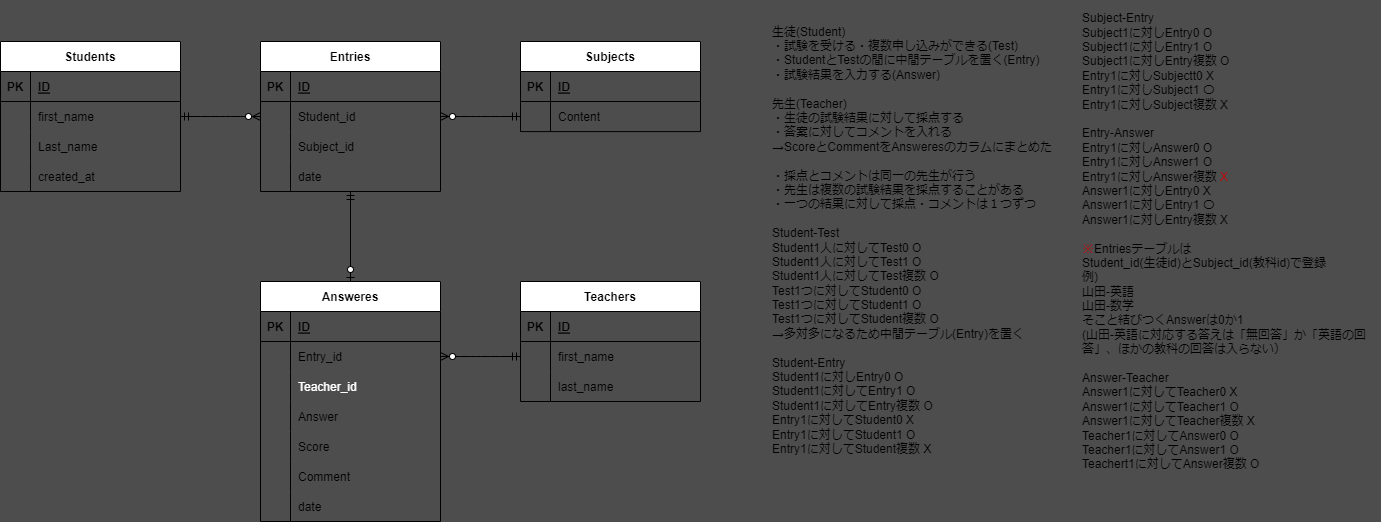
Above: test.drawio.png in Hozumin08/20230318_Takaboshi (draw.io), before the change. Source tidied: cells renumbered, new cells last; positions are measured from the earlier drawing's top-left corner, leaving out a move shared by most shapes.
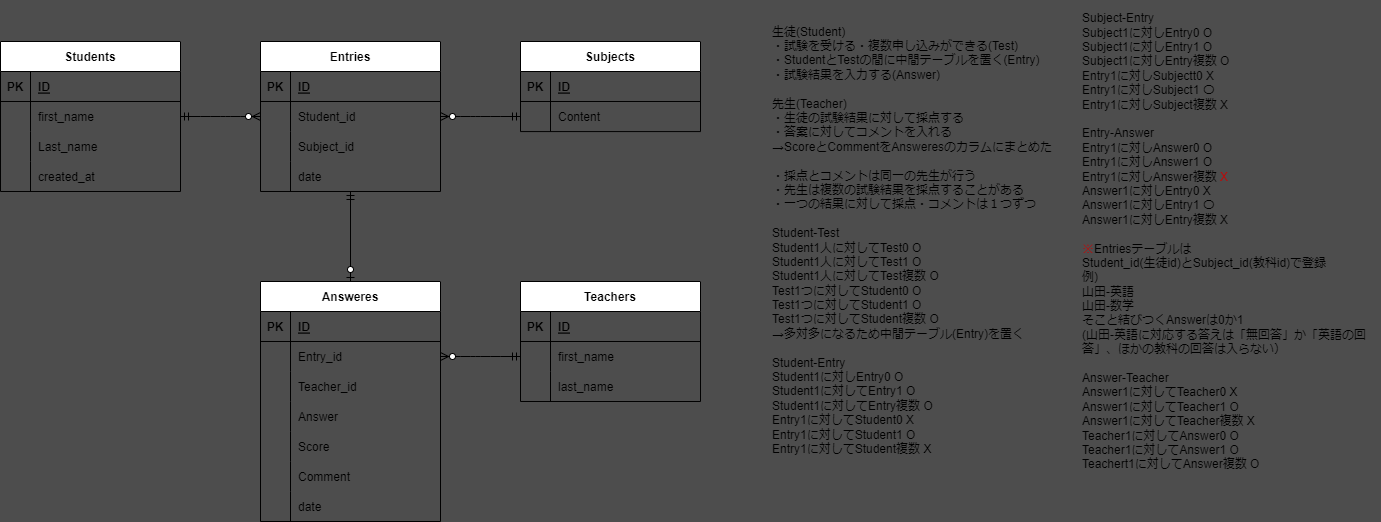
The same file after the commit.

Commit message:
Teacher_id追加

Diff of the diagram source:
```diff
@@ -68,7 +68,7 @@
     <mxCell id="23" style="shape=partialRectangle;fillColor=none;top=0;left=0;bottom=0;right=0;overflow=hidden;" parent="22" vertex="1">
       <mxGeometry width="30" height="30" as="geometry" />
     </mxCell>
-    <mxCell id="24" value="Teacher_id" style="shape=partialRectangle;fillColor=none;top=0;left=0;bottom=0;right=0;align=left;spacingLeft=6;overflow=hidden;fontColor=#FFFFFF;" parent="22" vertex="1">
+    <mxCell id="24" value="Teacher_id" style="shape=partialRectangle;fillColor=none;top=0;left=0;bottom=0;right=0;align=left;spacingLeft=6;overflow=hidden;fontColor=#000000;" parent="22" vertex="1">
       <mxGeometry x="30" width="150" height="30" as="geometry" />
     </mxCell>
     <mxCell id="25" style="shape=tableRow;horizontal=0;startSize=0;swimlaneHead=0;swimlaneBody=0;fillColor=none;top=0;left=0;right=0;bottom=0;" parent="15" vertex="1">
```
